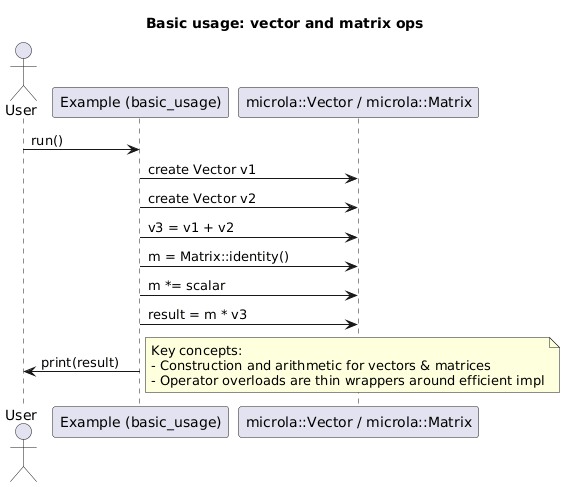
Earlier version of the PlantUML export examples/basic_usage.png (jwbmwv/microLA).
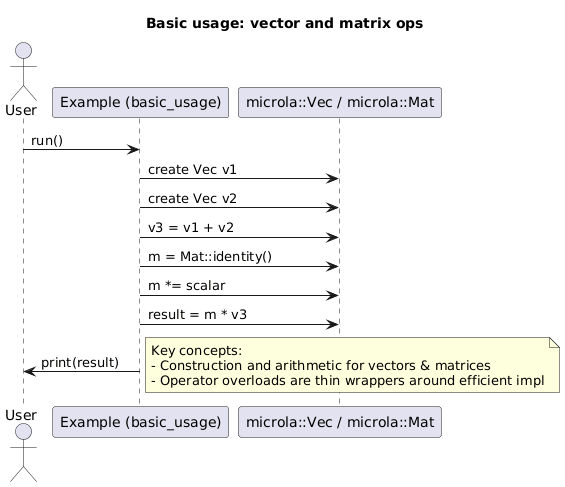
After the change.

Diff of the diagram source:
```diff
@@ -2,13 +2,13 @@
 title Basic usage: vector and matrix ops
 actor User as Main
 participant "Example (basic_usage)" as Example
-participant "microla::Vector / microla::Matrix" as Microla
+participant "microla::Vec / microla::Mat" as Microla
 
 Main -> Example: run()
-Example -> Microla: create Vector v1
-Example -> Microla: create Vector v2
+Example -> Microla: create Vec v1
+Example -> Microla: create Vec v2
 Example -> Microla: v3 = v1 + v2
-Example -> Microla: m = Matrix::identity()
+Example -> Microla: m = Mat::identity()
 Example -> Microla: m *= scalar
 Example -> Microla: result = m * v3
 Example -> Main: print(result)
```
